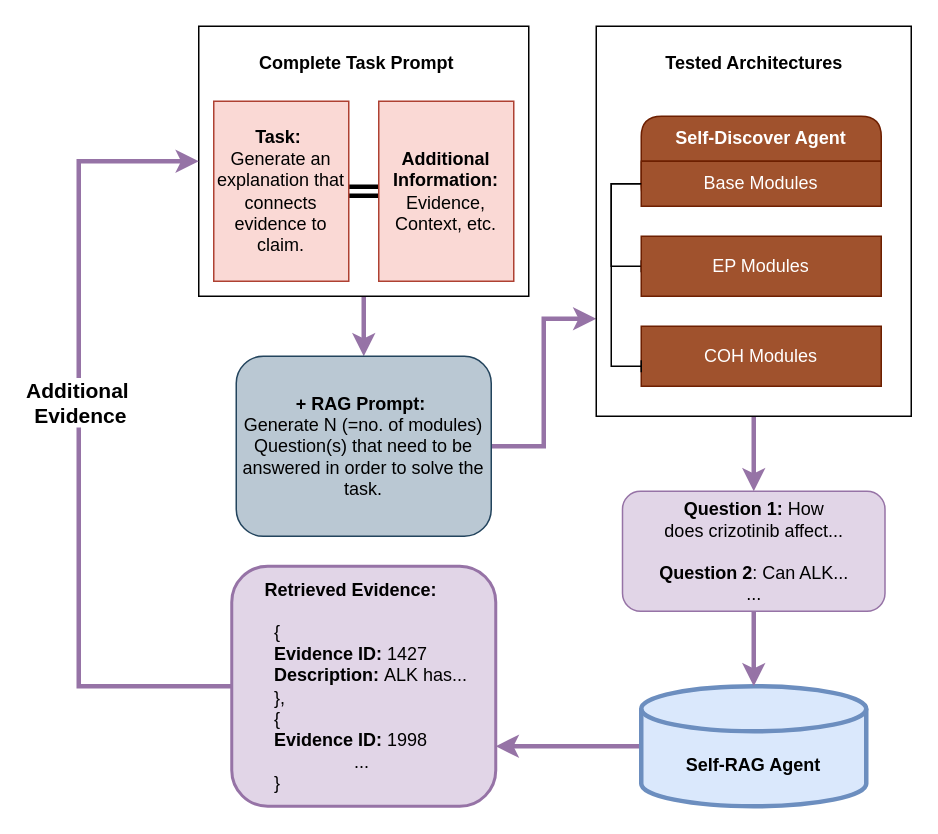
Above: figures/architectures/templates/rag_task.drawio in rk-izak/DATA72000-IBE (draw.io), before the change. Source tidied: cells renumbered, new cells numbered last; positions are measured from the earlier drawing's top-left corner, leaving out a move shared by most shapes. Both pictures are drawn from the tidied source at 150%, with x=0, y=0 at pixel (78, 26).
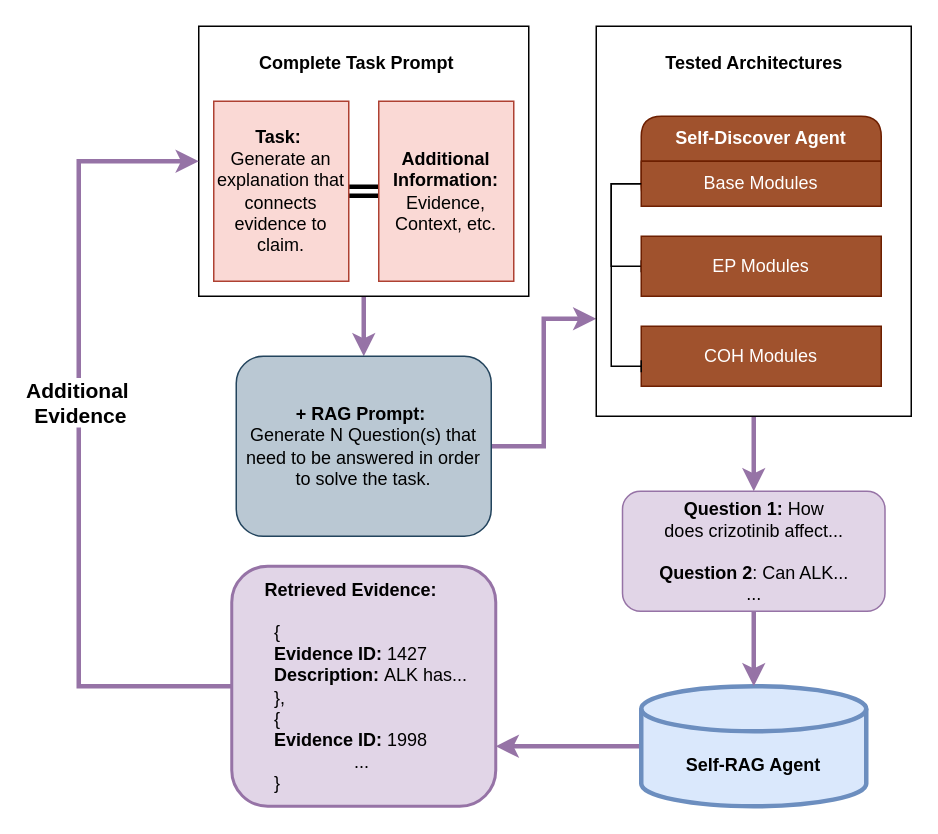
The same page after the edit.

What changed in the source:
```diff
@@
-    <mxCell id="11" value="&lt;b&gt;+ RAG Prompt:&amp;nbsp;&lt;/b&gt;&lt;div&gt;Generate N (=no. of modules) Question(s) that need to be answered in order to solve the task.&lt;/div&gt;" style="rounded=1;whiteSpace=wrap;html=1;fillColor=#bac8d3;strokeColor=#23445d;" parent="1" vertex="1">
+    <mxCell id="11" value="&lt;b&gt;+ RAG Prompt:&amp;nbsp;&lt;/b&gt;&lt;div&gt;Generate N Question(s) that need to be answered in order to solve the task.&lt;/div&gt;" style="rounded=1;whiteSpace=wrap;html=1;fillColor=#bac8d3;strokeColor=#23445d;" parent="1" vertex="1">
       <mxGeometry x="105" y="220" width="170" height="120" as="geometry" />
     </mxCell>
```
